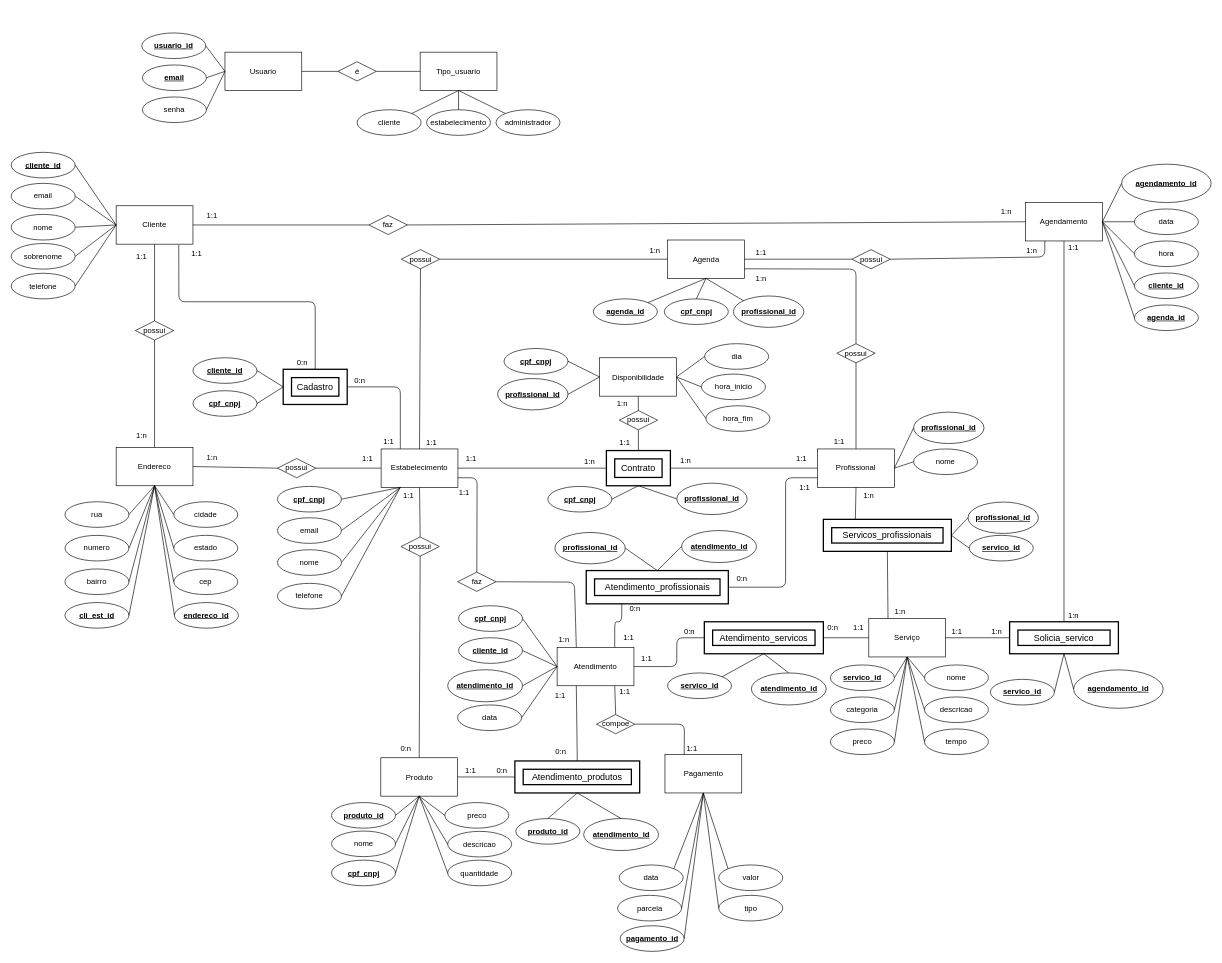
Before: PW.drawio in glaa/DiagramaPW, a draw.io diagram. Source tidied: cells renumbered, new cells numbered last; positions are measured from the earlier drawing's top-left corner, leaving out a move shared by most shapes. Both pictures are drawn from the tidied source at 64%, with x=0, y=0 at pixel (11, 33).
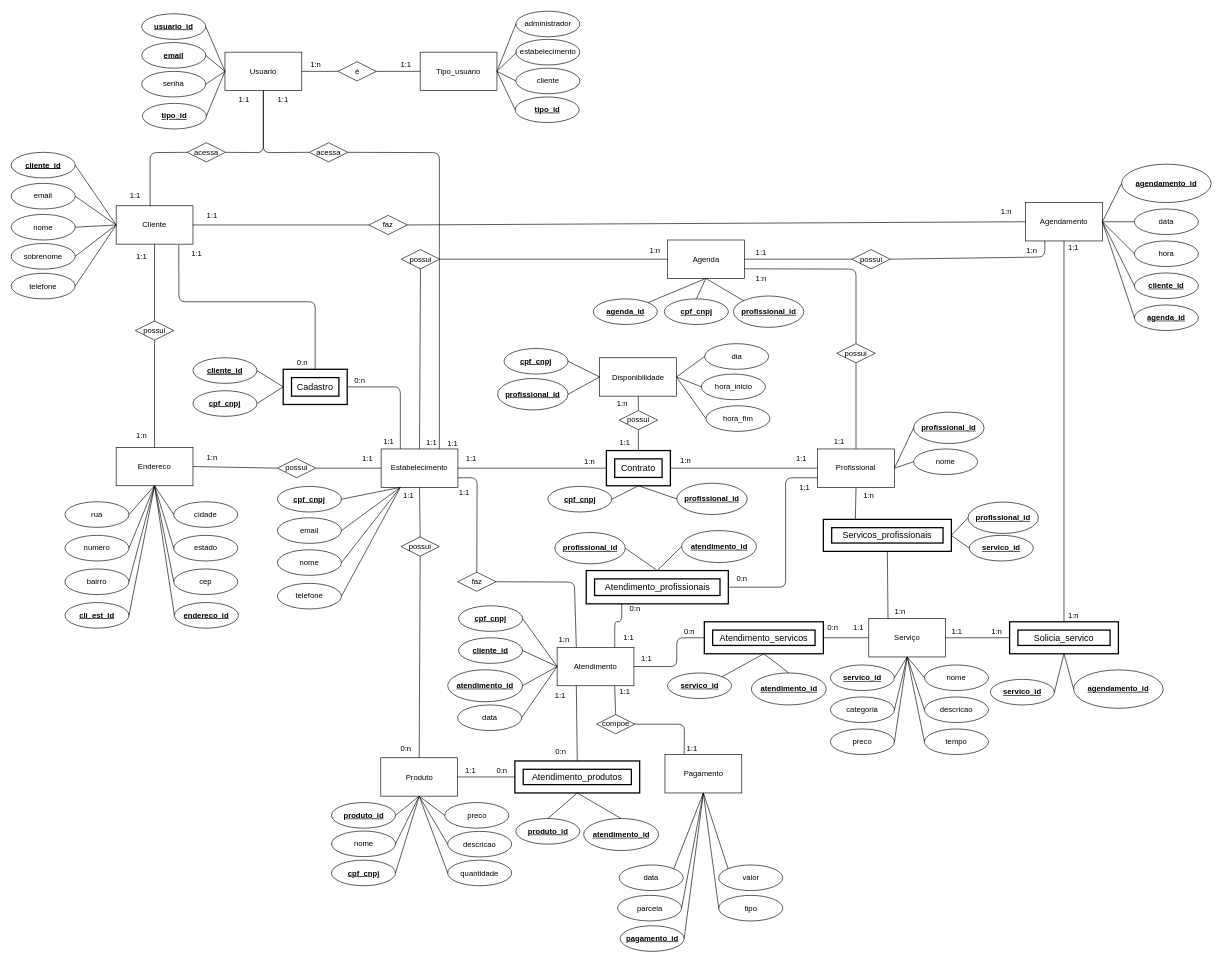
The same diagram, later.

Commit message:
Inclusão da entidade usuário

The change refers to these unchanged cells:
```xml
<mxCell id="2" value="Cliente" style="rounded=0;whiteSpace=wrap;html=1;" parent="1" vertex="1">
  <mxGeometry x="164" y="270" width="120" height="60" as="geometry" />
</mxCell>
<mxCell id="241" value="Usuario" style="rounded=0;whiteSpace=wrap;html=1;" parent="1" vertex="1">
  <mxGeometry x="334" y="30" width="120" height="60" as="geometry" />
</mxCell>
<mxCell id="248" value="Tipo_usuario" style="rounded=0;whiteSpace=wrap;html=1;" parent="1" vertex="1">
  <mxGeometry x="639" y="30" width="120" height="60" as="geometry" />
</mxCell>
```

Diff of the diagram source:
```diff
@@
     <mxCell id="242" value="usuario_id" style="ellipse;html=1;whiteSpace=wrap;fontStyle=5;" parent="1" vertex="1">
-      <mxGeometry x="204" width="100" height="40" as="geometry" />
+      <mxGeometry x="204" y="-30" width="100" height="40" as="geometry" />
     </mxCell>
     <mxCell id="243" value="email" style="ellipse;html=1;whiteSpace=wrap;fontStyle=5;" parent="1" vertex="1">
-      <mxGeometry x="205" y="50" width="100" height="40" as="geometry" />
+      <mxGeometry x="204" y="15" width="100" height="40" as="geometry" />
     </mxCell>
     <mxCell id="244" value="senha" style="ellipse;whiteSpace=wrap;html=1;" parent="1" vertex="1">
-      <mxGeometry x="205" y="100" width="100" height="40" as="geometry" />
+      <mxGeometry x="204" y="60" width="100" height="40" as="geometry" />
     </mxCell>
@@
     <mxCell id="249" value="cliente" style="ellipse;whiteSpace=wrap;html=1;" parent="1" vertex="1">
-      <mxGeometry x="540.5" y="120" width="100" height="40" as="geometry" />
+      <mxGeometry x="788.5" y="55" width="100" height="40" as="geometry" />
     </mxCell>
     <mxCell id="250" value="estabelecimento" style="ellipse;whiteSpace=wrap;html=1;" parent="1" vertex="1">
-      <mxGeometry x="649" y="120" width="100" height="40" as="geometry" />
+      <mxGeometry x="788.5" y="10" width="100" height="40" as="geometry" />
     </mxCell>
     <mxCell id="251" value="administrador" style="ellipse;whiteSpace=wrap;html=1;" parent="1" vertex="1">
-      <mxGeometry x="757.5" y="120" width="100" height="40" as="geometry" />
+      <mxGeometry x="788.5" y="-34" width="100" height="40" as="geometry" />
     </mxCell>
-    <mxCell id="252" style="endArrow=none;html=1;entryX=0.5;entryY=0;entryDx=0;entryDy=0;exitX=0.5;exitY=1;exitDx=0;exitDy=0;" parent="1" edge="1" source="248" target="250">
-      <mxGeometry relative="1" as="geometry" />
+    <mxCell id="252" style="endArrow=none;html=1;exitX=1;exitY=0.5;exitDx=0;exitDy=0;" parent="1" edge="1" source="248">
+      <mxGeometry relative="1" as="geometry">
+        <mxPoint x="790" y="30" as="targetPoint" />
+      </mxGeometry>
     </mxCell>
-    <mxCell id="253" style="endArrow=none;html=1;entryX=1;entryY=0;entryDx=0;entryDy=0;exitX=0.5;exitY=1;exitDx=0;exitDy=0;" parent="1" edge="1" source="248" target="249">
+    <mxCell id="253" style="endArrow=none;html=1;exitX=1;exitY=0.5;exitDx=0;exitDy=0;entryX=0;entryY=0.5;entryDx=0;entryDy=0;" parent="1" edge="1" source="248" target="249">
       <mxGeometry relative="1" as="geometry" />
     </mxCell>
-    <mxCell id="254" style="endArrow=none;html=1;entryX=0.5;entryY=1;entryDx=0;entryDy=0;exitX=0;exitY=0;exitDx=0;exitDy=0;" parent="1" edge="1" source="251" target="248">
+    <mxCell id="254" style="endArrow=none;html=1;entryX=1;entryY=0.5;entryDx=0;entryDy=0;exitX=0;exitY=0.5;exitDx=0;exitDy=0;" parent="1" edge="1" source="251" target="248">
       <mxGeometry relative="1" as="geometry" />
     </mxCell>
@@
+    <mxCell id="261" value="acessa" style="rhombus;whiteSpace=wrap;html=1;" parent="1" vertex="1">
+      <mxGeometry x="275" y="171.5" width="60" height="30" as="geometry" />
+    </mxCell>
+    <mxCell id="262" style="endArrow=none;html=1;entryX=0.5;entryY=1;entryDx=0;entryDy=0;exitX=1;exitY=0.5;exitDx=0;exitDy=0;" parent="1" edge="1" source="261" target="241">
+      <mxGeometry relative="1" as="geometry">
+        <Array as="points">
+          <mxPoint x="394" y="187" />
+        </Array>
+      </mxGeometry>
+    </mxCell>
+    <mxCell id="263" style="endArrow=none;html=1;entryX=0;entryY=0.5;entryDx=0;entryDy=0;exitX=0.442;exitY=0.017;exitDx=0;exitDy=0;exitPerimeter=0;" parent="1" edge="1" source="2" target="261">
+      <mxGeometry relative="1" as="geometry">
+        <Array as="points">
+          <mxPoint x="217" y="187" />
+        </Array>
+      </mxGeometry>
+    </mxCell>
+    <mxCell id="264" value="&lt;u&gt;&lt;b&gt;tipo_id&lt;/b&gt;&lt;/u&gt;" style="ellipse;whiteSpace=wrap;html=1;" parent="1" vertex="1">
+      <mxGeometry x="787.5" y="100" width="100" height="40" as="geometry" />
+    </mxCell>
+    <mxCell id="265" value="1:1" style="text;html=1;strokeColor=none;fillColor=none;align=center;verticalAlign=middle;whiteSpace=wrap;rounded=0;" parent="1" vertex="1">
+      <mxGeometry x="596.5" y="40" width="40" height="20" as="geometry" />
+    </mxCell>
+    <mxCell id="266" value="1:n" style="text;html=1;strokeColor=none;fillColor=none;align=center;verticalAlign=middle;whiteSpace=wrap;rounded=0;" parent="1" vertex="1">
+      <mxGeometry x="456" y="40" width="40" height="20" as="geometry" />
+    </mxCell>
+    <mxCell id="267" style="endArrow=none;html=1;exitX=1;exitY=0.5;exitDx=0;exitDy=0;entryX=0;entryY=0.5;entryDx=0;entryDy=0;" parent="1" edge="1" source="248" target="264">
+      <mxGeometry relative="1" as="geometry" />
+    </mxCell>
+    <mxCell id="268" value="&lt;b&gt;&lt;u&gt;tipo_id&lt;/u&gt;&lt;/b&gt;" style="ellipse;whiteSpace=wrap;html=1;" parent="1" vertex="1">
+      <mxGeometry x="205" y="110" width="100" height="40" as="geometry" />
+    </mxCell>
+    <mxCell id="269" style="endArrow=none;html=1;entryX=1;entryY=0.5;entryDx=0;entryDy=0;exitX=0;exitY=0.5;exitDx=0;exitDy=0;" parent="1" edge="1" source="241" target="268">
+      <mxGeometry relative="1" as="geometry" />
+    </mxCell>
+    <mxCell id="270" style="endArrow=none;html=1;entryX=0.75;entryY=0;entryDx=0;entryDy=0;exitX=1;exitY=0.5;exitDx=0;exitDy=0;" parent="1" edge="1" source="271">
+      <mxGeometry relative="1" as="geometry">
+        <mxPoint x="669" y="650" as="targetPoint" />
+        <Array as="points">
+          <mxPoint x="669" y="187" />
+        </Array>
+      </mxGeometry>
+    </mxCell>
+    <mxCell id="271" value="acessa" style="rhombus;whiteSpace=wrap;html=1;" parent="1" vertex="1">
+      <mxGeometry x="466" y="171.5" width="60" height="30" as="geometry" />
+    </mxCell>
+    <mxCell id="272" style="endArrow=none;html=1;entryX=0;entryY=0.5;entryDx=0;entryDy=0;exitX=0.5;exitY=1;exitDx=0;exitDy=0;" parent="1" edge="1" source="241" target="271">
+      <mxGeometry relative="1" as="geometry">
+        <Array as="points">
+          <mxPoint x="394" y="187" />
+        </Array>
+      </mxGeometry>
+    </mxCell>
+    <mxCell id="273" value="1:1" style="text;html=1;strokeColor=none;fillColor=none;align=center;verticalAlign=middle;whiteSpace=wrap;rounded=0;" parent="1" vertex="1">
+      <mxGeometry x="344" y="95" width="40" height="20" as="geometry" />
+    </mxCell>
+    <mxCell id="274" value="1:1" style="text;html=1;strokeColor=none;fillColor=none;align=center;verticalAlign=middle;whiteSpace=wrap;rounded=0;" parent="1" vertex="1">
+      <mxGeometry x="174" y="245" width="40" height="20" as="geometry" />
+    </mxCell>
+    <mxCell id="275" value="1:1" style="text;html=1;strokeColor=none;fillColor=none;align=center;verticalAlign=middle;whiteSpace=wrap;rounded=0;" parent="1" vertex="1">
+      <mxGeometry x="405" y="95" width="40" height="20" as="geometry" />
+    </mxCell>
+    <mxCell id="276" value="1:1" style="text;html=1;strokeColor=none;fillColor=none;align=center;verticalAlign=middle;whiteSpace=wrap;rounded=0;" parent="1" vertex="1">
+      <mxGeometry x="669.5" y="631.5" width="40" height="20" as="geometry" />
+    </mxCell>
```
